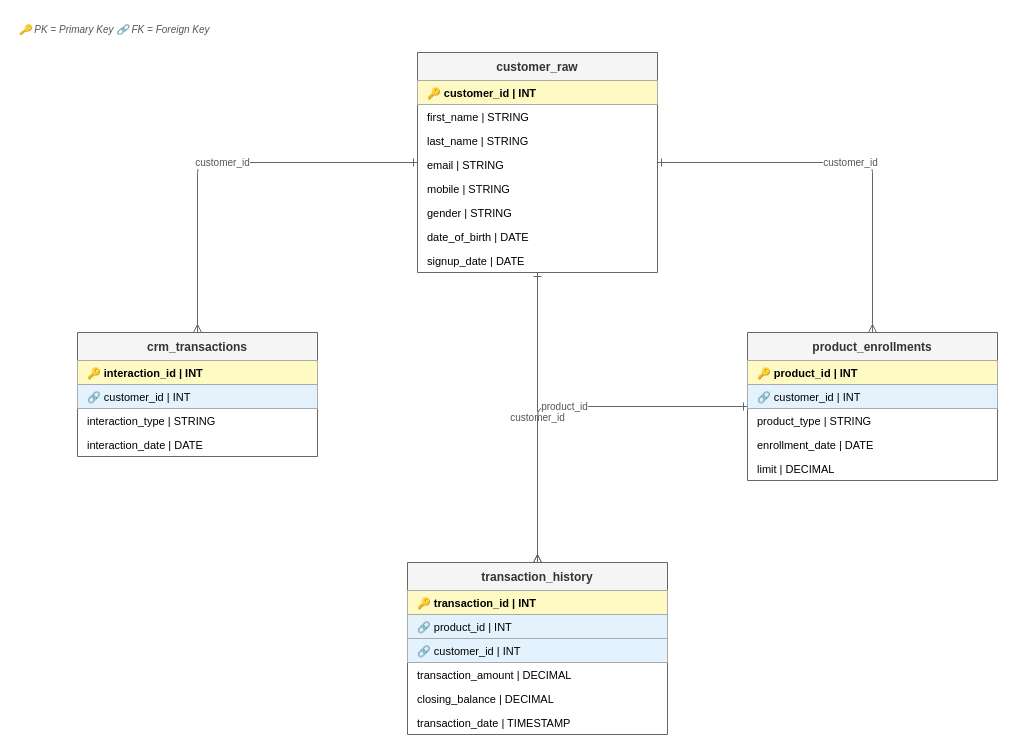
This is docs/erd.drawio from thanhbui221/tymex, a draw.io file, before an edit. Source tidied: cells renumbered, new cells numbered last; positions are measured from the earlier drawing's top-left corner, leaving out a move shared by most shapes. Both pictures are drawn from the tidied source at 100%, with x=0, y=0 at pixel (17, 17).
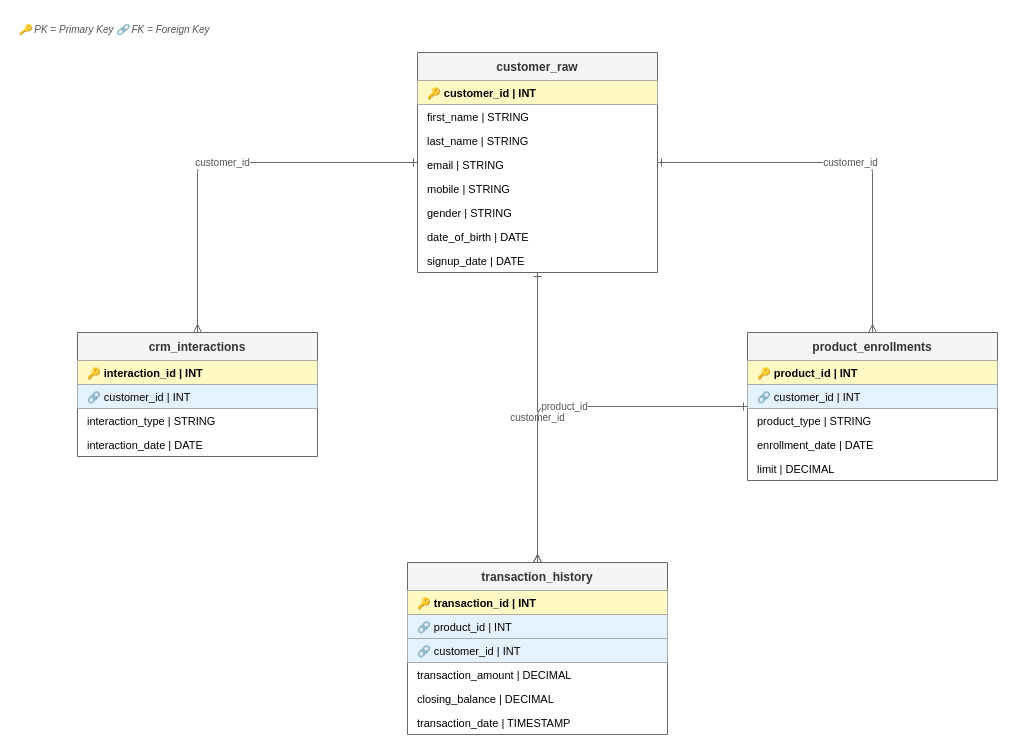
The same page after the edit.

Change to the diagram source:
```diff
@@
-    <mxCell id="18" value="crm_transactions" style="swimlane;fontStyle=1;startSize=28;fillColor=#f5f5f5;strokeColor=#666666;fontSize=12;fontColor=#333333;" parent="1" vertex="1">
+    <mxCell id="18" value="crm_interactions" style="swimlane;fontStyle=1;startSize=28;fillColor=#f5f5f5;strokeColor=#666666;fontSize=12;fontColor=#333333;" parent="1" vertex="1">
       <mxGeometry x="60" y="315" width="240" height="124" as="geometry" />
     </mxCell>
```
